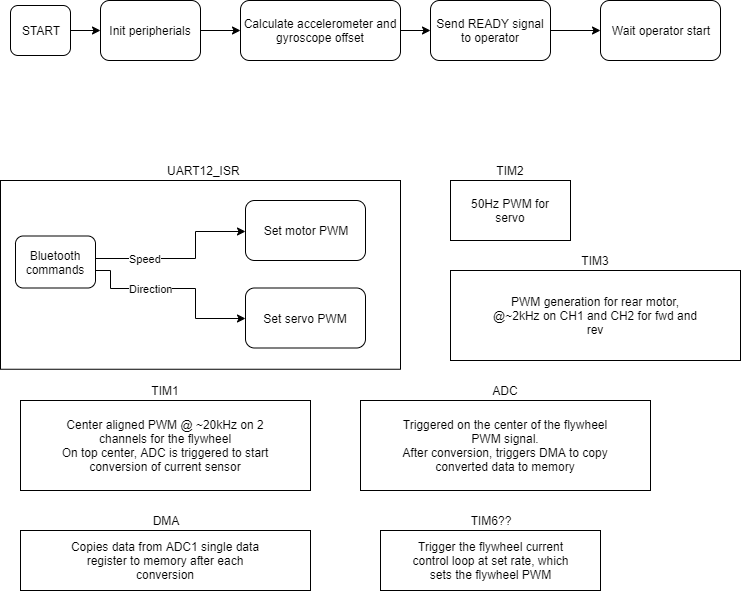
The draw.io diagram Documentation/Pics/Program_logic.png in MarkMan0/BalancingMotorbike, before a commit. Source tidied: cells renumbered, new cells last; positions are measured from the earlier drawing's top-left corner, leaving out a move shared by most shapes.
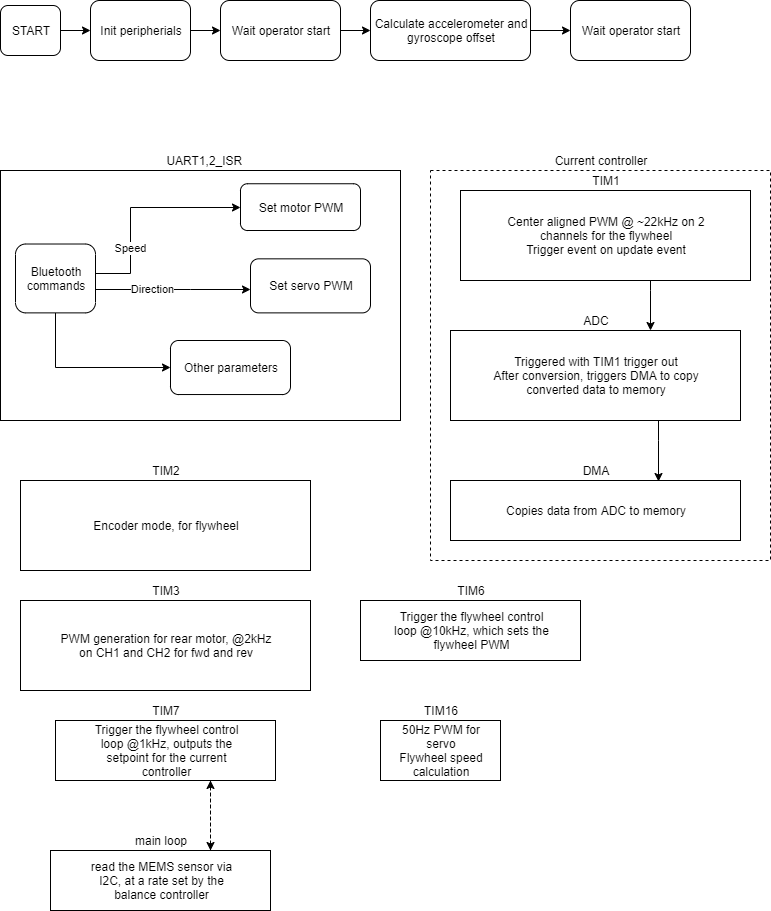
After the commit.

Commit message:
Update program diagram

The edit, as a diff of the source:
```diff
@@ -8,113 +8,187 @@
     <mxCell id="3" value="START" style="rounded=1;whiteSpace=wrap;html=1;" parent="1" vertex="1">
       <mxGeometry x="10" y="5" width="60" height="50" as="geometry" />
     </mxCell>
-    <mxCell id="4" style="edgeStyle=orthogonalEdgeStyle;rounded=0;jettySize=auto;html=1;" parent="1" edge="1" source="5" target="7">
-      <mxGeometry relative="1" as="geometry" />
-    </mxCell>
+    <mxCell id="36" style="edgeStyle=orthogonalEdgeStyle;rounded=0;jettySize=auto;html=1;" parent="1" edge="1" source="5" target="41">
+      <mxGeometry relative="1" as="geometry" />
+    </mxCell>
     <mxCell id="5" value="Init peripherials" style="rounded=1;whiteSpace=wrap;html=1;" parent="1" vertex="1">
       <mxGeometry x="100" width="100" height="60" as="geometry" />
     </mxCell>
-    <mxCell id="6" style="edgeStyle=orthogonalEdgeStyle;rounded=0;jettySize=auto;html=1;exitX=1;exitY=0.5;exitDx=0;exitDy=0;" parent="1" edge="1" source="7" target="9">
-      <mxGeometry relative="1" as="geometry" />
-    </mxCell>
+    <mxCell id="37" style="edgeStyle=orthogonalEdgeStyle;rounded=0;jettySize=auto;html=1;" parent="1" edge="1" source="7" target="10">
+      <mxGeometry relative="1" as="geometry" />
+    </mxCell>
     <mxCell id="7" value="Calculate accelerometer and gyroscope offset" style="rounded=1;whiteSpace=wrap;html=1;" parent="1" vertex="1">
-      <mxGeometry x="240" width="160" height="60" as="geometry" />
+      <mxGeometry x="380" width="160" height="60" as="geometry" />
     </mxCell>
-    <mxCell id="8" style="edgeStyle=orthogonalEdgeStyle;rounded=0;jettySize=auto;html=1;" parent="1" edge="1" source="9" target="10">
-      <mxGeometry relative="1" as="geometry" />
-    </mxCell>
-    <mxCell id="9" value="Send READY signal to operator" style="rounded=1;whiteSpace=wrap;html=1;" parent="1" vertex="1">
-      <mxGeometry x="430" width="120" height="60" as="geometry" />
-    </mxCell>
     <mxCell id="10" value="Wait operator start" style="rounded=1;whiteSpace=wrap;html=1;" parent="1" vertex="1">
-      <mxGeometry x="600" width="120" height="60" as="geometry" />
+      <mxGeometry x="580" width="120" height="60" as="geometry" />
     </mxCell>
     <mxCell id="11" style="group;" parent="1" vertex="1">
-      <mxGeometry y="180" width="400" height="188.8" as="geometry" />
+      <mxGeometry x="10" y="170" width="400" height="250" as="geometry" />
     </mxCell>
-    <mxCell id="12" value="&lt;div&gt;&lt;span&gt;&amp;nbsp; UART12_ISR&lt;/span&gt;&lt;/div&gt;" style="rounded=0;whiteSpace=wrap;html=1;labelPosition=center;verticalLabelPosition=top;align=center;verticalAlign=bottom;" parent="11" vertex="1">
-      <mxGeometry width="400" height="188.8" as="geometry" />
+    <mxCell id="12" value="&lt;div&gt;&lt;span&gt;&amp;nbsp; UART1,2_ISR&lt;/span&gt;&lt;/div&gt;" style="rounded=0;whiteSpace=wrap;html=1;labelPosition=center;verticalLabelPosition=top;align=center;verticalAlign=bottom;" parent="11" vertex="1">
+      <mxGeometry width="400" height="250" as="geometry" />
     </mxCell>
     <mxCell id="13" value="Set servo PWM" style="rounded=1;whiteSpace=wrap;html=1;align=center;" parent="11" vertex="1">
-      <mxGeometry x="245" y="107.5" width="120" height="60" as="geometry" />
+      <mxGeometry x="250" y="88.3" width="120" height="54" as="geometry" />
     </mxCell>
     <mxCell id="14" value="Set motor PWM" style="rounded=1;whiteSpace=wrap;html=1;align=center;" parent="11" vertex="1">
-      <mxGeometry x="245" y="20" width="120" height="60" as="geometry" />
+      <mxGeometry x="240" y="13.2" width="120" height="46.8" as="geometry" />
     </mxCell>
     <mxCell id="15" value="Direction" style="edgeStyle=orthogonalEdgeStyle;rounded=0;jettySize=auto;html=1;" parent="11" edge="1" source="17" target="13">
       <mxGeometry x="-0.26" relative="1" as="geometry">
         <Array as="points">
-          <mxPoint x="110" y="90" />
-          <mxPoint x="110" y="108" />
-          <mxPoint x="195" y="108" />
-          <mxPoint x="195" y="138" />
+          <mxPoint x="190" y="119" />
+          <mxPoint x="190" y="119" />
         </Array>
       </mxGeometry>
     </mxCell>
     <mxCell id="16" value="Speed" style="edgeStyle=orthogonalEdgeStyle;rounded=0;jettySize=auto;html=1;" parent="11" edge="1" source="17" target="14">
       <mxGeometry x="-0.43" relative="1" as="geometry">
         <Array as="points">
-          <mxPoint x="195" y="77.5" />
-          <mxPoint x="195" y="50.5" />
+          <mxPoint x="130" y="103" />
+          <mxPoint x="130" y="37" />
         </Array>
       </mxGeometry>
     </mxCell>
+    <mxCell id="38" style="edgeStyle=orthogonalEdgeStyle;rounded=0;jettySize=auto;html=1;" parent="11" edge="1" source="17" target="39">
+      <mxGeometry relative="1" as="geometry">
+        <Array as="points">
+          <mxPoint x="55" y="197" />
+        </Array>
+      </mxGeometry>
+    </mxCell>
     <mxCell id="17" value="Bluetooth commands" style="rounded=1;whiteSpace=wrap;html=1;align=center;" parent="11" vertex="1">
-      <mxGeometry x="15" y="55.5" width="80" height="52" as="geometry" />
+      <mxGeometry x="15" y="73.5" width="80" height="68.9" as="geometry" />
     </mxCell>
+    <mxCell id="39" value="Other parameters" style="rounded=1;whiteSpace=wrap;html=1;align=center;" parent="11" vertex="1">
+      <mxGeometry x="170" y="170" width="120" height="54" as="geometry" />
+    </mxCell>
     <mxCell id="18" style="group;" parent="1" vertex="1">
-      <mxGeometry x="450" y="180" width="120" height="60" as="geometry" />
+      <mxGeometry x="390" y="720" width="120" height="60" as="geometry" />
     </mxCell>
-    <mxCell id="19" value="TIM2" style="rounded=0;whiteSpace=wrap;html=1;align=center;labelPosition=center;verticalLabelPosition=top;verticalAlign=bottom;" parent="18" vertex="1">
+    <mxCell id="19" value="TIM16" style="rounded=0;whiteSpace=wrap;html=1;align=center;labelPosition=center;verticalLabelPosition=top;verticalAlign=bottom;" parent="18" vertex="1">
       <mxGeometry width="120" height="60" as="geometry" />
     </mxCell>
-    <mxCell id="20" value="50Hz PWM for servo" style="text;html=1;strokeColor=none;fillColor=none;align=center;verticalAlign=middle;whiteSpace=wrap;rounded=0;" parent="18" vertex="1">
+    <mxCell id="20" value="50Hz PWM for servo&lt;br&gt;Flywheel speed calculation" style="text;html=1;strokeColor=none;fillColor=none;align=center;verticalAlign=middle;whiteSpace=wrap;rounded=0;" parent="18" vertex="1">
       <mxGeometry x="15" y="20" width="90" height="20" as="geometry" />
     </mxCell>
     <mxCell id="21" style="group;" parent="1" vertex="1">
-      <mxGeometry x="450" y="270" width="290" height="90" as="geometry" />
+      <mxGeometry x="30" y="600" width="290" height="90" as="geometry" />
     </mxCell>
     <mxCell id="22" value="TIM3" style="rounded=0;whiteSpace=wrap;html=1;align=center;labelPosition=center;verticalLabelPosition=top;verticalAlign=bottom;" parent="21" vertex="1">
       <mxGeometry width="290" height="90" as="geometry" />
     </mxCell>
-    <mxCell id="23" value="PWM generation for rear motor, @~2kHz on CH1 and CH2 for fwd and rev" style="text;html=1;strokeColor=none;fillColor=none;align=center;verticalAlign=middle;whiteSpace=wrap;rounded=0;" parent="21" vertex="1">
+    <mxCell id="23" value="PWM generation for rear motor, @2kHz on CH1 and CH2 for fwd and rev" style="text;html=1;strokeColor=none;fillColor=none;align=center;verticalAlign=middle;whiteSpace=wrap;rounded=0;" parent="21" vertex="1">
       <mxGeometry x="36.2" y="30" width="217.5" height="30" as="geometry" />
     </mxCell>
-    <mxCell id="24" style="group;" parent="1" vertex="1">
-      <mxGeometry x="20" y="400" width="290" height="90" as="geometry" />
-    </mxCell>
-    <mxCell id="25" value="TIM1" style="rounded=0;whiteSpace=wrap;html=1;align=center;labelPosition=center;verticalLabelPosition=top;verticalAlign=bottom;" parent="24" vertex="1">
-      <mxGeometry width="290" height="90" as="geometry" />
-    </mxCell>
-    <mxCell id="26" value="Center aligned PWM @ ~20kHz on 2 channels for the flywheel&lt;br&gt;On top center, ADC is triggered to start conversion of current sensor" style="text;html=1;strokeColor=none;fillColor=none;align=center;verticalAlign=middle;whiteSpace=wrap;rounded=0;" parent="24" vertex="1">
-      <mxGeometry x="36.2" y="30" width="217.5" height="30" as="geometry" />
-    </mxCell>
-    <mxCell id="27" style="group;" parent="1" vertex="1">
-      <mxGeometry x="360" y="400" width="290" height="90" as="geometry" />
-    </mxCell>
-    <mxCell id="28" value="ADC" style="rounded=0;whiteSpace=wrap;html=1;align=center;labelPosition=center;verticalLabelPosition=top;verticalAlign=bottom;" parent="27" vertex="1">
-      <mxGeometry width="290" height="90" as="geometry" />
-    </mxCell>
-    <mxCell id="29" value="Triggered on the center of the flywheel PWM signal.&lt;br&gt;After conversion, triggers DMA to copy converted data to memory" style="text;html=1;strokeColor=none;fillColor=none;align=center;verticalAlign=middle;whiteSpace=wrap;rounded=0;" parent="27" vertex="1">
-      <mxGeometry x="36.2" y="30" width="217.5" height="30" as="geometry" />
-    </mxCell>
-    <mxCell id="30" style="group;" parent="1" vertex="1">
-      <mxGeometry x="20" y="530" width="290" height="60" as="geometry" />
-    </mxCell>
-    <mxCell id="31" value="DMA" style="rounded=0;whiteSpace=wrap;html=1;align=center;labelPosition=center;verticalLabelPosition=top;verticalAlign=bottom;" parent="30" vertex="1">
-      <mxGeometry width="290" height="60" as="geometry" />
-    </mxCell>
-    <mxCell id="32" value="Copies data from ADC1 single data register to memory after each conversion" style="text;html=1;strokeColor=none;fillColor=none;align=center;verticalAlign=middle;whiteSpace=wrap;rounded=0;" parent="30" vertex="1">
-      <mxGeometry x="36.2" y="20" width="217.5" height="20" as="geometry" />
-    </mxCell>
     <mxCell id="33" style="group;" parent="1" vertex="1">
-      <mxGeometry x="380" y="530" width="220" height="60" as="geometry" />
+      <mxGeometry x="370" y="600" width="220" height="60" as="geometry" />
     </mxCell>
-    <mxCell id="34" value="TIM6??" style="rounded=0;whiteSpace=wrap;html=1;align=center;labelPosition=center;verticalLabelPosition=top;verticalAlign=bottom;" parent="33" vertex="1">
+    <mxCell id="34" value="TIM6" style="rounded=0;whiteSpace=wrap;html=1;align=center;labelPosition=center;verticalLabelPosition=top;verticalAlign=bottom;" parent="33" vertex="1">
       <mxGeometry width="220" height="60" as="geometry" />
     </mxCell>
-    <mxCell id="35" value="Trigger the flywheel current control loop at set rate, which sets the flywheel PWM" style="text;html=1;strokeColor=none;fillColor=none;align=center;verticalAlign=middle;whiteSpace=wrap;rounded=0;" parent="33" vertex="1">
+    <mxCell id="35" value="Trigger the flywheel control loop @10kHz, which sets the flywheel PWM" style="text;html=1;strokeColor=none;fillColor=none;align=center;verticalAlign=middle;whiteSpace=wrap;rounded=0;" parent="33" vertex="1">
       <mxGeometry x="27.5" y="20" width="165" height="20" as="geometry" />
     </mxCell>
+    <mxCell id="40" style="edgeStyle=orthogonalEdgeStyle;rounded=0;jettySize=auto;html=1;" parent="1" edge="1" source="41" target="7">
+      <mxGeometry relative="1" as="geometry" />
+    </mxCell>
+    <mxCell id="41" value="Wait operator start" style="rounded=1;whiteSpace=wrap;html=1;" parent="1" vertex="1">
+      <mxGeometry x="230" width="120" height="60" as="geometry" />
+    </mxCell>
+    <mxCell id="42" style="group;" parent="1" vertex="1">
+      <mxGeometry x="30" y="480" width="290" height="90" as="geometry" />
+    </mxCell>
+    <mxCell id="43" value="TIM2" style="rounded=0;whiteSpace=wrap;html=1;align=center;labelPosition=center;verticalLabelPosition=top;verticalAlign=bottom;" parent="42" vertex="1">
+      <mxGeometry width="290" height="90" as="geometry" />
+    </mxCell>
+    <mxCell id="44" value="Encoder mode, for flywheel" style="text;html=1;strokeColor=none;fillColor=none;align=center;verticalAlign=middle;whiteSpace=wrap;rounded=0;" parent="42" vertex="1">
+      <mxGeometry x="36.2" y="30" width="217.5" height="30" as="geometry" />
+    </mxCell>
+    <mxCell id="45" style="group;" parent="1" vertex="1">
+      <mxGeometry x="65" y="720" width="220" height="60" as="geometry" />
+    </mxCell>
+    <mxCell id="46" value="TIM7" style="rounded=0;whiteSpace=wrap;html=1;align=center;labelPosition=center;verticalLabelPosition=top;verticalAlign=bottom;" parent="45" vertex="1">
+      <mxGeometry width="220" height="60" as="geometry" />
+    </mxCell>
+    <mxCell id="47" value="Trigger the flywheel control loop @1kHz, outputs the setpoint for the current controller" style="text;html=1;strokeColor=none;fillColor=none;align=center;verticalAlign=middle;whiteSpace=wrap;rounded=0;" parent="45" vertex="1">
+      <mxGeometry x="27.5" y="20" width="165" height="20" as="geometry" />
+    </mxCell>
+    <mxCell id="48" style="group;" parent="1" vertex="1">
+      <mxGeometry x="60" y="850" width="220" height="60" as="geometry" />
+    </mxCell>
+    <mxCell id="49" value="main loop" style="rounded=0;whiteSpace=wrap;html=1;align=center;labelPosition=center;verticalLabelPosition=top;verticalAlign=bottom;" parent="48" vertex="1">
+      <mxGeometry width="220" height="60" as="geometry" />
+    </mxCell>
+    <mxCell id="50" value="read the MEMS sensor via I2C, at a rate set by the balance controller" style="text;html=1;strokeColor=none;fillColor=none;align=center;verticalAlign=middle;whiteSpace=wrap;rounded=0;" parent="48" vertex="1">
+      <mxGeometry x="27.5" y="20" width="165" height="20" as="geometry" />
+    </mxCell>
+    <mxCell id="51" style="group;" parent="1" vertex="1">
+      <mxGeometry x="440" y="170" width="340" height="390" as="geometry" />
+    </mxCell>
+    <mxCell id="52" value="Current controller" style="rounded=0;whiteSpace=wrap;html=1;labelPosition=center;verticalLabelPosition=top;align=center;verticalAlign=bottom;dashed=1;" parent="51" vertex="1">
+      <mxGeometry width="340" height="390" as="geometry" />
+    </mxCell>
+    <mxCell id="53" style="group;" parent="51" vertex="1">
+      <mxGeometry x="30" y="20" width="290" height="90" as="geometry" />
+    </mxCell>
+    <mxCell id="25" value="TIM1" style="rounded=0;whiteSpace=wrap;html=1;align=center;labelPosition=center;verticalLabelPosition=top;verticalAlign=bottom;" parent="53" vertex="1">
+      <mxGeometry width="290" height="90" as="geometry" />
+    </mxCell>
+    <mxCell id="54" value="Center aligned PWM @ ~22kHz on 2 channels for the flywheel&lt;br&gt;Trigger event on update event" style="text;html=1;strokeColor=none;fillColor=none;align=center;verticalAlign=middle;whiteSpace=wrap;rounded=0;" parent="53" vertex="1">
+      <mxGeometry x="36.2" y="30" width="217.5" height="30" as="geometry" />
+    </mxCell>
+    <mxCell id="55" style="group;" parent="51" vertex="1">
+      <mxGeometry x="20" y="160" width="290" height="90" as="geometry" />
+    </mxCell>
+    <mxCell id="28" value="ADC" style="rounded=0;whiteSpace=wrap;html=1;align=center;labelPosition=center;verticalLabelPosition=top;verticalAlign=bottom;" parent="55" vertex="1">
+      <mxGeometry width="290" height="90" as="geometry" />
+    </mxCell>
+    <mxCell id="56" value="Triggered with TIM1 trigger out&lt;br&gt;After conversion, triggers DMA to copy converted data to memory" style="text;html=1;strokeColor=none;fillColor=none;align=center;verticalAlign=middle;whiteSpace=wrap;rounded=0;" parent="55" vertex="1">
+      <mxGeometry x="36.2" y="30" width="217.5" height="30" as="geometry" />
+    </mxCell>
+    <mxCell id="57" style="group;" parent="51" vertex="1">
+      <mxGeometry x="20" y="310" width="290" height="60" as="geometry" />
+    </mxCell>
+    <mxCell id="31" value="DMA" style="rounded=0;whiteSpace=wrap;html=1;align=center;labelPosition=center;verticalLabelPosition=top;verticalAlign=bottom;" parent="57" vertex="1">
+      <mxGeometry width="290" height="60" as="geometry" />
+    </mxCell>
+    <mxCell id="58" value="Copies data from ADC to memory" style="text;html=1;strokeColor=none;fillColor=none;align=center;verticalAlign=middle;whiteSpace=wrap;rounded=0;" parent="57" vertex="1">
+      <mxGeometry x="36.2" y="20" width="217.5" height="20" as="geometry" />
+    </mxCell>
+    <mxCell id="59" style="edgeStyle=orthogonalEdgeStyle;rounded=0;jettySize=auto;html=1;" parent="51" edge="1" source="25" target="28">
+      <mxGeometry relative="1" as="geometry">
+        <Array as="points">
+          <mxPoint x="220" y="120" />
+          <mxPoint x="220" y="120" />
+        </Array>
+      </mxGeometry>
+    </mxCell>
+    <mxCell id="60" style="edgeStyle=orthogonalEdgeStyle;rounded=0;jettySize=auto;html=1;entryX=0.716;entryY=0.017;entryDx=0;entryDy=0;entryPerimeter=0;" parent="51" edge="1" source="28" target="31">
+      <mxGeometry relative="1" as="geometry">
+        <Array as="points">
+          <mxPoint x="228" y="270" />
+          <mxPoint x="228" y="270" />
+        </Array>
+      </mxGeometry>
+    </mxCell>
+    <mxCell id="61" style="edgeStyle=orthogonalEdgeStyle;rounded=0;jettySize=auto;html=1;dashed=1;" parent="1" edge="1" source="46">
+      <mxGeometry relative="1" as="geometry">
+        <mxPoint x="220" y="850" as="targetPoint" />
+        <Array as="points">
+          <mxPoint x="220" y="840" />
+        </Array>
+      </mxGeometry>
+    </mxCell>
+    <mxCell id="62" style="edgeStyle=orthogonalEdgeStyle;rounded=0;jettySize=auto;html=1;dashed=1;" parent="1" edge="1" source="49">
+      <mxGeometry relative="1" as="geometry">
+        <mxPoint x="220" y="780" as="targetPoint" />
+        <Array as="points">
+          <mxPoint x="220" y="800" />
+          <mxPoint x="220" y="800" />
+        </Array>
+      </mxGeometry>
+    </mxCell>
   </root>
 </mxGraphModel>
```
